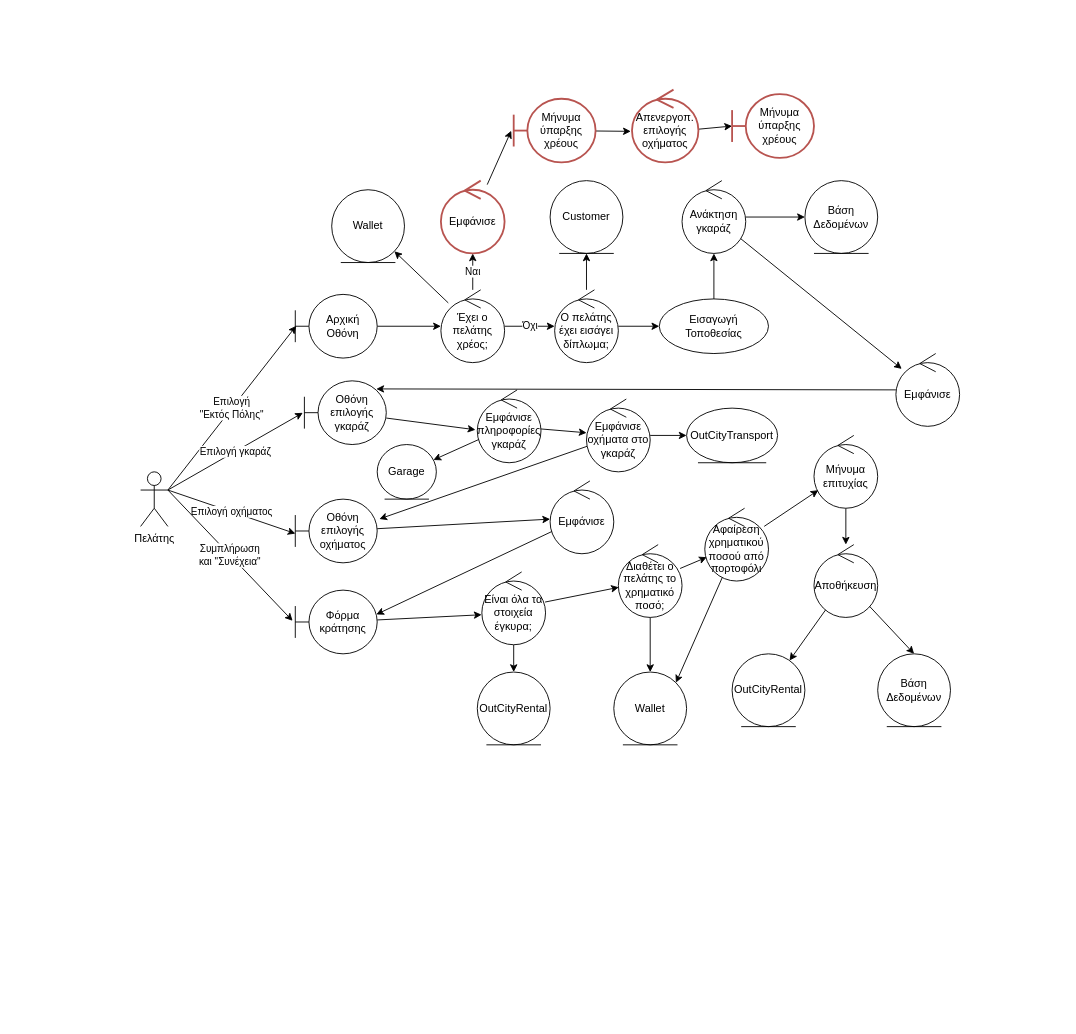
Nikolis2002/texnoligia_logismikou keeps this draw.io diagram as Part_2/Robustness/diagrams/11_Βραχυπρόθεσμο_Ταξίδι.drawio. Above is the earlier version. Source tidied: cells renumbered, new cells numbered last; positions are measured from the earlier drawing's top-left corner, leaving out a move shared by most shapes. Both pictures are drawn from the tidied source at 91%, with x=0, y=0 at pixel (140, 89).
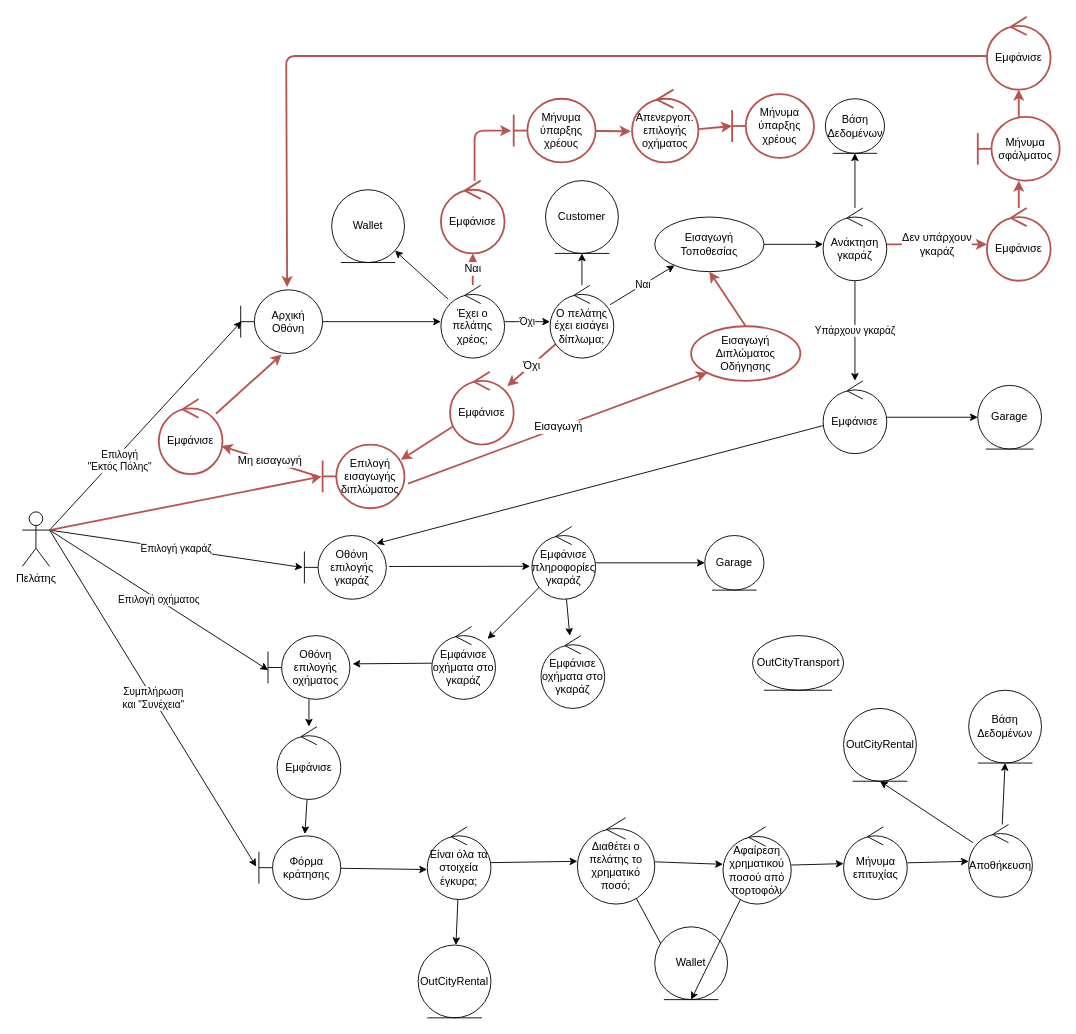
After the change.

The change refers to these unchanged cells:
```xml
<mxCell id="61" value="Εμφάνισε" style="ellipse;shape=umlControl;whiteSpace=wrap;html=1;fillColor=default;strokeColor=#b85450;strokeWidth=2;" parent="1" vertex="1">
  <mxGeometry x="330" y="100" width="70" height="80" as="geometry" />
</mxCell>
<mxCell id="63" value="Μήνυμα ύπαρξης χρέους" style="shape=umlBoundary;whiteSpace=wrap;html=1;fillColor=none;strokeColor=#b85450;strokeWidth=2;" parent="1" vertex="1">
  <mxGeometry x="410" y="10" width="90" height="70" as="geometry" />
</mxCell>
<mxCell id="65" value="Απενεργοπ. επιλογής οχήματος" style="ellipse;shape=umlControl;whiteSpace=wrap;html=1;fillColor=default;strokeColor=#b85450;strokeWidth=2;" parent="1" vertex="1">
  <mxGeometry x="540" width="73" height="80" as="geometry" />
</mxCell>
<mxCell id="66" value="Μήνυμα ύπαρξης χρέους" style="shape=umlBoundary;whiteSpace=wrap;html=1;fillColor=none;strokeColor=#b85450;strokeWidth=2;" parent="1" vertex="1">
  <mxGeometry x="650" y="5" width="90" height="70" as="geometry" />
</mxCell>
```

The edit, as a diff of the source:
```diff
@@
     <mxCell id="2" value="Επιλογή&lt;br&gt;&quot;Εκτός Πόλης&quot;" style="edgeStyle=none;html=1;exitX=1;exitY=0.3333333333333333;exitDx=0;exitDy=0;exitPerimeter=0;entryX=0.011;entryY=0.494;entryDx=0;entryDy=0;entryPerimeter=0;" parent="1" edge="1" source="6" target="8">
-      <mxGeometry relative="1" as="geometry" />
+      <mxGeometry x="-0.31" y="-5" relative="1" as="geometry" />
     </mxCell>
@@
+    <mxCell id="67" style="edgeStyle=none;html=1;exitX=1;exitY=0.3333333333333333;exitDx=0;exitDy=0;exitPerimeter=0;entryX=-0.011;entryY=0.5;entryDx=0;entryDy=0;entryPerimeter=0;fontSize=12;fillColor=default;strokeColor=#b85450;strokeWidth=2;" parent="1" edge="1" source="6" target="76">
+      <mxGeometry relative="1" as="geometry" />
+    </mxCell>
     <mxCell id="6" value="Πελάτης" style="shape=umlActor;verticalLabelPosition=bottom;verticalAlign=top;html=1;" parent="1" vertex="1">
-      <mxGeometry y="420" width="30" height="60" as="geometry" />
+      <mxGeometry x="-130" y="464" width="30" height="60" as="geometry" />
     </mxCell>
@@
     <mxCell id="8" value="Αρχική Οθόνη" style="shape=umlBoundary;whiteSpace=wrap;html=1;" parent="1" vertex="1">
-      <mxGeometry x="170" y="225" width="90" height="70" as="geometry" />
+      <mxGeometry x="110" y="220" width="90" height="70" as="geometry" />
     </mxCell>
@@
-    <mxCell id="11" value="Ναι" style="edgeStyle=none;html=1;" parent="1" edge="1" source="12" target="61">
+    <mxCell id="11" value="Ναι" style="edgeStyle=none;html=1;fontSize=12;fillColor=default;strokeColor=#b85450;strokeWidth=2;" parent="1" edge="1" source="12" target="61">
       <mxGeometry relative="1" as="geometry" />
     </mxCell>
     <mxCell id="12" value="Έχει ο πελάτης χρέος;" style="ellipse;shape=umlControl;whiteSpace=wrap;html=1;" parent="1" vertex="1">
-      <mxGeometry x="330" y="220" width="70" height="80" as="geometry" />
+      <mxGeometry x="330" y="215" width="70" height="80" as="geometry" />
     </mxCell>
@@
-    <mxCell id="14" style="edgeStyle=none;html=1;" parent="1" edge="1" source="15" target="19">
+    <mxCell id="14" value="Ναι" style="edgeStyle=none;html=1;" parent="1" edge="1" source="15" target="19">
       <mxGeometry relative="1" as="geometry" />
     </mxCell>
+    <mxCell id="68" value="Όχι" style="edgeStyle=none;html=1;fontSize=12;fillColor=default;strokeColor=#b85450;strokeWidth=2;" parent="1" edge="1" source="15" target="73">
+      <mxGeometry relative="1" as="geometry" />
+    </mxCell>
     <mxCell id="15" value="Ο πελάτης έχει εισάγει δίπλωμα;" style="ellipse;shape=umlControl;whiteSpace=wrap;html=1;" parent="1" vertex="1">
-      <mxGeometry x="455" y="220" width="70" height="80" as="geometry" />
+      <mxGeometry x="450" y="215" width="70" height="80" as="geometry" />
     </mxCell>
@@
     <mxCell id="17" value="Customer" style="ellipse;shape=umlEntity;whiteSpace=wrap;html=1;" parent="1" vertex="1">
-      <mxGeometry x="450" y="100" width="80" height="80" as="geometry" />
+      <mxGeometry x="445" y="100" width="80" height="80" as="geometry" />
     </mxCell>
@@
     <mxCell id="19" value="Εισαγωγή Τοποθεσίας" style="ellipse;whiteSpace=wrap;html=1;" parent="1" vertex="1">
-      <mxGeometry x="570" y="230" width="120" height="60" as="geometry" />
+      <mxGeometry x="565" y="140" width="120" height="60" as="geometry" />
     </mxCell>
@@
-    <mxCell id="21" style="edgeStyle=none;html=1;" parent="1" edge="1" source="22" target="25">
+    <mxCell id="21" value="Υπάρχουν γκαράζ" style="edgeStyle=none;html=1;" parent="1" edge="1" source="22" target="25">
       <mxGeometry relative="1" as="geometry" />
     </mxCell>
+    <mxCell id="69" value="Δεν υπάρχουν&lt;br&gt;γκαράζ" style="edgeStyle=none;html=1;fontSize=12;fillColor=default;strokeColor=#b85450;strokeWidth=2;" parent="1" edge="1" source="22" target="83">
+      <mxGeometry relative="1" as="geometry" />
+    </mxCell>
     <mxCell id="22" value="Ανάκτηση γκαράζ" style="ellipse;shape=umlControl;whiteSpace=wrap;html=1;" parent="1" vertex="1">
-      <mxGeometry x="595" y="100" width="70" height="80" as="geometry" />
+      <mxGeometry x="750" y="130" width="70" height="80" as="geometry" />
     </mxCell>
     <mxCell id="23" value="Βάση Δεδομένων" style="ellipse;shape=umlEntity;whiteSpace=wrap;html=1;" parent="1" vertex="1">
-      <mxGeometry x="730" y="100" width="80" height="80" as="geometry" />
+      <mxGeometry x="752.5" y="10" width="65" height="60" as="geometry" />
     </mxCell>
@@
+    <mxCell id="70" style="edgeStyle=none;html=1;" parent="1" edge="1" source="25" target="87">
+      <mxGeometry relative="1" as="geometry" />
+    </mxCell>
     <mxCell id="25" value="Εμφάνισε" style="ellipse;shape=umlControl;whiteSpace=wrap;html=1;" parent="1" vertex="1">
-      <mxGeometry x="830" y="290" width="70" height="80" as="geometry" />
+      <mxGeometry x="750" y="320" width="70" height="80" as="geometry" />
     </mxCell>
-    <mxCell id="26" style="edgeStyle=none;html=1;entryX=-0.029;entryY=0.547;entryDx=0;entryDy=0;entryPerimeter=0;" parent="1" edge="1" source="27" target="30">
+    <mxCell id="26" style="edgeStyle=none;html=1;entryX=-0.029;entryY=0.547;entryDx=0;entryDy=0;entryPerimeter=0;exitX=1.033;exitY=0.486;exitDx=0;exitDy=0;exitPerimeter=0;" parent="1" edge="1" source="27" target="30">
       <mxGeometry relative="1" as="geometry" />
     </mxCell>
     <mxCell id="27" value="Οθόνη επιλογής γκαράζ" style="shape=umlBoundary;whiteSpace=wrap;html=1;" parent="1" vertex="1">
-      <mxGeometry x="180" y="320" width="90" height="70" as="geometry" />
+      <mxGeometry x="180" y="490" width="90" height="70" as="geometry" />
     </mxCell>
@@
+    <mxCell id="71" style="edgeStyle=none;html=1;" parent="1" edge="1" source="30" target="88">
+      <mxGeometry relative="1" as="geometry" />
+    </mxCell>
     <mxCell id="30" value="Εμφάνισε πληροφορίες&lt;br&gt;γκαράζ" style="ellipse;shape=umlControl;whiteSpace=wrap;html=1;" parent="1" vertex="1">
-      <mxGeometry x="370" y="330" width="70" height="80" as="geometry" />
+      <mxGeometry x="430" y="480" width="70" height="80" as="geometry" />
     </mxCell>
     <mxCell id="31" value="Garage" style="ellipse;shape=umlEntity;whiteSpace=wrap;html=1;" parent="1" vertex="1">
-      <mxGeometry x="260" y="390" width="65" height="60" as="geometry" />
+      <mxGeometry x="620" y="490" width="65" height="60" as="geometry" />
     </mxCell>
-    <mxCell id="32" style="edgeStyle=none;html=1;" parent="1" edge="1" source="34" target="35">
-      <mxGeometry relative="1" as="geometry" />
-    </mxCell>
-    <mxCell id="33" style="edgeStyle=none;html=1;entryX=1.026;entryY=0.312;entryDx=0;entryDy=0;entryPerimeter=0;" parent="1" edge="1" source="34" target="37">
+    <mxCell id="33" style="edgeStyle=none;html=1;entryX=1.033;entryY=0.443;entryDx=0;entryDy=0;entryPerimeter=0;" parent="1" edge="1" source="34" target="37">
       <mxGeometry relative="1" as="geometry" />
     </mxCell>
     <mxCell id="34" value="Εμφάνισε οχήματα στο γκαράζ" style="ellipse;shape=umlControl;whiteSpace=wrap;html=1;" parent="1" vertex="1">
-      <mxGeometry x="490" y="340" width="70" height="80" as="geometry" />
+      <mxGeometry x="320" y="590" width="70" height="80" as="geometry" />
     </mxCell>
     <mxCell id="35" value="OutCityTransport" style="ellipse;shape=umlEntity;whiteSpace=wrap;html=1;" parent="1" vertex="1">
-      <mxGeometry x="600" y="350" width="100" height="60" as="geometry" />
+      <mxGeometry x="672.5" y="600" width="100" height="60" as="geometry" />
     </mxCell>
@@
     <mxCell id="37" value="Οθόνη επιλογής οχήματος" style="shape=umlBoundary;whiteSpace=wrap;html=1;" parent="1" vertex="1">
-      <mxGeometry x="170" y="450" width="90" height="70" as="geometry" />
+      <mxGeometry x="140" y="600" width="90" height="70" as="geometry" />
     </mxCell>
-    <mxCell id="38" style="edgeStyle=none;html=1;entryX=0.989;entryY=0.382;entryDx=0;entryDy=0;entryPerimeter=0;" parent="1" edge="1" source="39" target="41">
+    <mxCell id="38" style="edgeStyle=none;html=1;entryX=0.561;entryY=-0.028;entryDx=0;entryDy=0;entryPerimeter=0;" parent="1" edge="1" source="39" target="41">
       <mxGeometry relative="1" as="geometry" />
     </mxCell>
     <mxCell id="39" value="Εμφάνισε" style="ellipse;shape=umlControl;whiteSpace=wrap;html=1;" parent="1" vertex="1">
-      <mxGeometry x="450" y="430" width="70" height="80" as="geometry" />
+      <mxGeometry x="150" y="700" width="70" height="80" as="geometry" />
     </mxCell>
@@
     <mxCell id="41" value="Φόρμα κράτησης" style="shape=umlBoundary;whiteSpace=wrap;html=1;" parent="1" vertex="1">
-      <mxGeometry x="170" y="550" width="90" height="70" as="geometry" />
+      <mxGeometry x="130" y="820" width="90" height="70" as="geometry" />
     </mxCell>
@@
     <mxCell id="44" value="Είναι όλα τα στοιχεία έγκυρα;" style="ellipse;shape=umlControl;whiteSpace=wrap;html=1;" parent="1" vertex="1">
-      <mxGeometry x="375" y="530" width="70" height="80" as="geometry" />
+      <mxGeometry x="315" y="810" width="70" height="80" as="geometry" />
     </mxCell>
-    <mxCell id="45" style="edgeStyle=none;html=1;" parent="1" edge="1" source="47" target="49">
+    <mxCell id="45" style="edgeStyle=none;html=1;entryX=0.5;entryY=1;entryDx=0;entryDy=0;" parent="1" edge="1" source="47" target="49">
       <mxGeometry relative="1" as="geometry" />
     </mxCell>
@@
     <mxCell id="47" value="Διαθέτει ο πελάτης το χρηματικό ποσό;" style="ellipse;shape=umlControl;whiteSpace=wrap;html=1;" parent="1" vertex="1">
-      <mxGeometry x="525" y="500" width="70" height="80" as="geometry" />
+      <mxGeometry x="480" y="800" width="85" height="95" as="geometry" />
     </mxCell>
     <mxCell id="48" value="OutCityRental" style="ellipse;shape=umlEntity;whiteSpace=wrap;html=1;" parent="1" vertex="1">
-      <mxGeometry x="370" y="640" width="80" height="80" as="geometry" />
+      <mxGeometry x="305" y="940" width="80" height="80" as="geometry" />
     </mxCell>
     <mxCell id="49" value="Wallet" style="ellipse;shape=umlEntity;whiteSpace=wrap;html=1;" parent="1" vertex="1">
-      <mxGeometry x="520" y="640" width="80" height="80" as="geometry" />
+      <mxGeometry x="565" y="920" width="80" height="80" as="geometry" />
     </mxCell>
+    <mxCell id="51" style="edgeStyle=none;html=1;" parent="1" edge="1" source="52" target="54">
+      <mxGeometry relative="1" as="geometry" />
+    </mxCell>
-    <mxCell id="50" style="edgeStyle=none;html=1;entryX=1;entryY=0;entryDx=0;entryDy=0;" parent="1" edge="1" source="52" target="49">
+    <mxCell id="50" style="edgeStyle=none;html=1;entryX=0.5;entryY=1;entryDx=0;entryDy=0;" parent="1" edge="1" source="52" target="49">
       <mxGeometry relative="1" as="geometry" />
     </mxCell>
-    <mxCell id="51" style="edgeStyle=none;html=1;" parent="1" edge="1" source="52" target="54">
-      <mxGeometry relative="1" as="geometry" />
-    </mxCell>
     <mxCell id="52" value="Αφαίρεση χρηματικού ποσού από πορτοφόλι" style="ellipse;shape=umlControl;whiteSpace=wrap;html=1;" parent="1" vertex="1">
-      <mxGeometry x="620" y="460" width="70" height="80" as="geometry" />
+      <mxGeometry x="640" y="810" width="75" height="85" as="geometry" />
     </mxCell>
@@
     <mxCell id="54" value="Μήνυμα επιτυχίας" style="ellipse;shape=umlControl;whiteSpace=wrap;html=1;" parent="1" vertex="1">
-      <mxGeometry x="740" y="380" width="70" height="80" as="geometry" />
+      <mxGeometry x="772.5" y="810" width="70" height="80" as="geometry" />
     </mxCell>
-    <mxCell id="55" style="edgeStyle=none;html=1;" parent="1" edge="1" source="57" target="58">
+    <mxCell id="55" style="edgeStyle=none;html=1;entryX=0.5;entryY=1;entryDx=0;entryDy=0;" parent="1" edge="1" source="57" target="58">
       <mxGeometry relative="1" as="geometry" />
     </mxCell>
-    <mxCell id="56" style="edgeStyle=none;html=1;entryX=0.5;entryY=0;entryDx=0;entryDy=0;" parent="1" edge="1" source="57" target="59">
+    <mxCell id="56" style="edgeStyle=none;html=1;entryX=0.5;entryY=1;entryDx=0;entryDy=0;" parent="1" edge="1" source="57" target="59">
       <mxGeometry relative="1" as="geometry" />
     </mxCell>
     <mxCell id="57" value="Αποθήκευση" style="ellipse;shape=umlControl;whiteSpace=wrap;html=1;" parent="1" vertex="1">
-      <mxGeometry x="740" y="500" width="70" height="80" as="geometry" />
+      <mxGeometry x="910" y="807.5" width="70" height="80" as="geometry" />
     </mxCell>
     <mxCell id="58" value="OutCityRental" style="ellipse;shape=umlEntity;whiteSpace=wrap;html=1;" parent="1" vertex="1">
-      <mxGeometry x="650" y="620" width="80" height="80" as="geometry" />
+      <mxGeometry x="772.5" y="680" width="80" height="80" as="geometry" />
     </mxCell>
     <mxCell id="59" value="Βάση Δεδομένων" style="ellipse;shape=umlEntity;whiteSpace=wrap;html=1;" parent="1" vertex="1">
-      <mxGeometry x="810" y="620" width="80" height="80" as="geometry" />
+      <mxGeometry x="910" y="660" width="80" height="80" as="geometry" />
     </mxCell>
-    <mxCell id="60" style="edgeStyle=none;html=1;entryX=-0.03;entryY=0.502;entryDx=0;entryDy=0;entryPerimeter=0;" parent="1" edge="1" source="61" target="63">
-      <mxGeometry relative="1" as="geometry" />
+    <mxCell id="60" style="edgeStyle=none;html=1;entryX=-0.03;entryY=0.502;entryDx=0;entryDy=0;entryPerimeter=0;fontSize=12;fillColor=default;strokeColor=#b85450;strokeWidth=2;exitX=0.529;exitY=0;exitDx=0;exitDy=0;exitPerimeter=0;" parent="1" edge="1" source="61" target="63">
+      <mxGeometry relative="1" as="geometry">
+        <Array as="points">
+          <mxPoint x="367" y="45" />
+        </Array>
+      </mxGeometry>
     </mxCell>
@@
-    <mxCell id="62" style="edgeStyle=none;html=1;entryX=-0.018;entryY=0.573;entryDx=0;entryDy=0;entryPerimeter=0;" parent="1" edge="1" source="63" target="65">
+    <mxCell id="62" style="edgeStyle=none;html=1;entryX=-0.018;entryY=0.573;entryDx=0;entryDy=0;entryPerimeter=0;fontSize=12;fillColor=default;strokeColor=#b85450;strokeWidth=2;" parent="1" edge="1" source="63" target="65">
       <mxGeometry relative="1" as="geometry" />
     </mxCell>
@@
-    <mxCell id="64" style="edgeStyle=none;html=1;" parent="1" edge="1" source="65" target="66">
+    <mxCell id="64" style="edgeStyle=none;html=1;fontSize=12;fillColor=default;strokeColor=#b85450;strokeWidth=2;" parent="1" edge="1" source="65" target="66">
       <mxGeometry relative="1" as="geometry" />
     </mxCell>
@@
+    <mxCell id="72" style="edgeStyle=none;html=1;entryX=0.956;entryY=0.239;entryDx=0;entryDy=0;entryPerimeter=0;fontSize=12;fillColor=default;strokeColor=#b85450;strokeWidth=2;" parent="1" edge="1" source="73" target="76">
+      <mxGeometry relative="1" as="geometry" />
+    </mxCell>
+    <mxCell id="73" value="Εμφάνισε" style="ellipse;shape=umlControl;whiteSpace=wrap;html=1;strokeColor=#b85450;strokeWidth=2;" parent="1" vertex="1">
+      <mxGeometry x="340" y="310" width="70" height="80" as="geometry" />
+    </mxCell>
+    <mxCell id="74" value="Μη εισαγωγή" style="edgeStyle=none;html=1;fontSize=12;fillColor=default;strokeColor=#b85450;strokeWidth=2;exitX=-0.056;exitY=0.5;exitDx=0;exitDy=0;exitPerimeter=0;" parent="1" edge="1" source="76" target="78">
+      <mxGeometry relative="1" as="geometry" />
+    </mxCell>
+    <mxCell id="75" value="Εισαγωγή" style="edgeStyle=none;html=1;fontSize=12;fillColor=default;strokeColor=#b85450;strokeWidth=2;entryX=0;entryY=1;entryDx=0;entryDy=0;exitX=1.044;exitY=0.614;exitDx=0;exitDy=0;exitPerimeter=0;" parent="1" edge="1" source="76" target="80">
+      <mxGeometry x="0.01" y="1" relative="1" as="geometry">
+        <mxPoint x="-1" as="offset" />
+      </mxGeometry>
+    </mxCell>
+    <mxCell id="76" value="Επιλογή εισαγωγής διπλώματος" style="shape=umlBoundary;whiteSpace=wrap;html=1;strokeColor=#b85450;strokeWidth=2;" parent="1" vertex="1">
+      <mxGeometry x="200" y="390" width="90" height="70" as="geometry" />
+    </mxCell>
+    <mxCell id="77" style="edgeStyle=none;html=1;entryX=0.5;entryY=1.014;entryDx=0;entryDy=0;entryPerimeter=0;fontSize=12;fillColor=default;strokeColor=#b85450;strokeWidth=2;" parent="1" edge="1" source="78" target="8">
+      <mxGeometry relative="1" as="geometry" />
+    </mxCell>
+    <mxCell id="78" value="Εμφάνισε" style="ellipse;shape=umlControl;whiteSpace=wrap;html=1;fillColor=default;strokeColor=#b85450;strokeWidth=2;" parent="1" vertex="1">
+      <mxGeometry x="20" y="340" width="70" height="82.5" as="geometry" />
+    </mxCell>
+    <mxCell id="79" style="edgeStyle=none;html=1;entryX=0.5;entryY=1;entryDx=0;entryDy=0;fontSize=12;fillColor=default;strokeColor=#b85450;strokeWidth=2;exitX=0.5;exitY=0;exitDx=0;exitDy=0;" parent="1" edge="1" source="80" target="19">
+      <mxGeometry relative="1" as="geometry" />
+    </mxCell>
+    <mxCell id="80" value="Εισαγωγή Διπλώματος Οδήγησης" style="ellipse;whiteSpace=wrap;html=1;strokeColor=#b85450;strokeWidth=2;" parent="1" vertex="1">
+      <mxGeometry x="605" y="260" width="120" height="60" as="geometry" />
+    </mxCell>
+    <mxCell id="81" style="edgeStyle=none;html=1;exitX=0.014;exitY=0.538;exitDx=0;exitDy=0;exitPerimeter=0;fontSize=12;fillColor=default;strokeColor=#b85450;strokeWidth=2;entryX=0.567;entryY=-0.043;entryDx=0;entryDy=0;entryPerimeter=0;" parent="1" edge="1" source="86" target="8">
+      <mxGeometry relative="1" as="geometry">
+        <Array as="points">
+          <mxPoint x="550" y="-37" />
+          <mxPoint x="160" y="-37" />
+        </Array>
+      </mxGeometry>
+    </mxCell>
+    <mxCell id="82" style="edgeStyle=none;html=1;fontSize=12;fillColor=default;strokeColor=#b85450;strokeWidth=2;" parent="1" edge="1" source="83" target="85">
+      <mxGeometry relative="1" as="geometry" />
+    </mxCell>
+    <mxCell id="83" value="Εμφάνισε" style="ellipse;shape=umlControl;whiteSpace=wrap;html=1;strokeColor=#b85450;strokeWidth=2;" parent="1" vertex="1">
+      <mxGeometry x="930" y="130" width="70" height="80" as="geometry" />
+    </mxCell>
+    <mxCell id="84" style="edgeStyle=none;html=1;fontSize=12;fillColor=default;strokeColor=#b85450;strokeWidth=2;" parent="1" edge="1" source="85" target="86">
+      <mxGeometry relative="1" as="geometry" />
+    </mxCell>
+    <mxCell id="85" value="Μήνυμα σφάλματος" style="shape=umlBoundary;whiteSpace=wrap;html=1;fillColor=none;strokeColor=#b85450;strokeWidth=2;" parent="1" vertex="1">
+      <mxGeometry x="920" y="30" width="90" height="70" as="geometry" />
+    </mxCell>
+    <mxCell id="86" value="Εμφάνισε" style="ellipse;shape=umlControl;whiteSpace=wrap;html=1;strokeColor=#b85450;strokeWidth=2;" parent="1" vertex="1">
+      <mxGeometry x="930" y="-80" width="70" height="80" as="geometry" />
+    </mxCell>
+    <mxCell id="87" value="Garage" style="ellipse;shape=umlEntity;whiteSpace=wrap;html=1;" parent="1" vertex="1">
+      <mxGeometry x="920" y="325" width="70" height="70" as="geometry" />
+    </mxCell>
+    <mxCell id="88" value="Εμφάνισε οχήματα στο γκαράζ" style="ellipse;shape=umlControl;whiteSpace=wrap;html=1;" parent="1" vertex="1">
+      <mxGeometry x="440" y="600" width="70" height="80" as="geometry" />
+    </mxCell>
```
